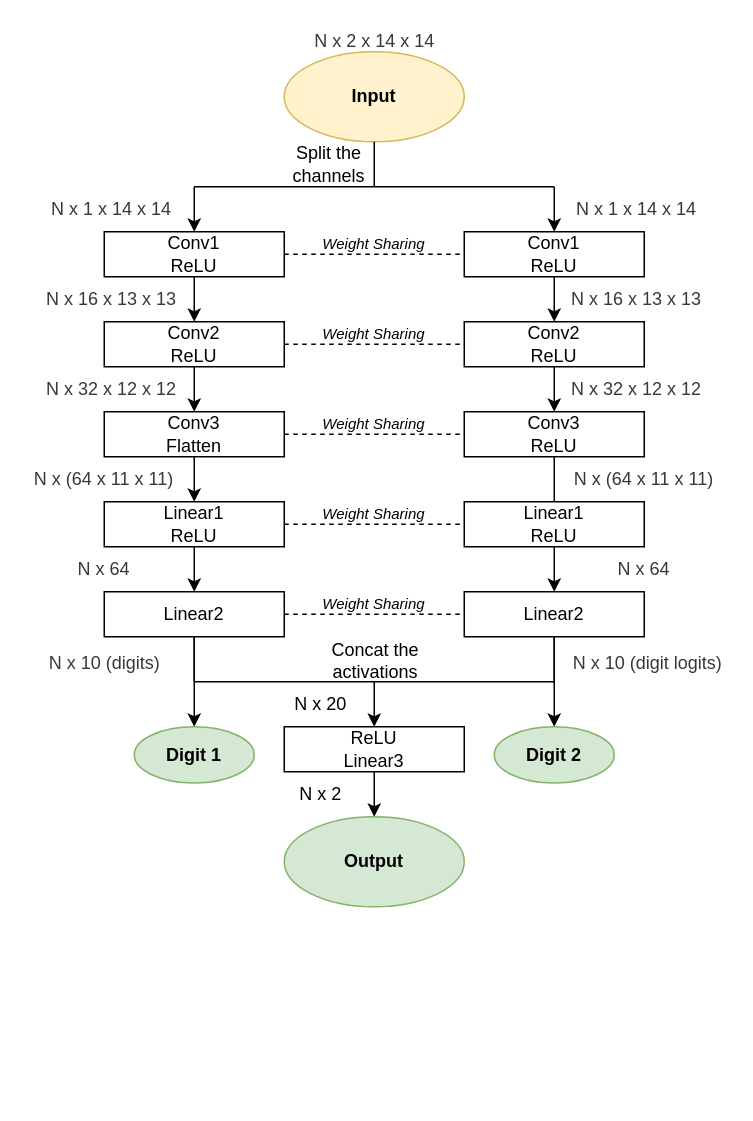
Above: Proj1/Siamese_Network.drawio in jouvemax/DeepLearning (draw.io), before the change. Source tidied: cells renumbered, new cells numbered last; positions are measured from the earlier drawing's top-left corner, leaving out a move shared by most shapes. Both pictures are drawn from the tidied source at 150%, with x=0, y=0 at pixel (26, 26).
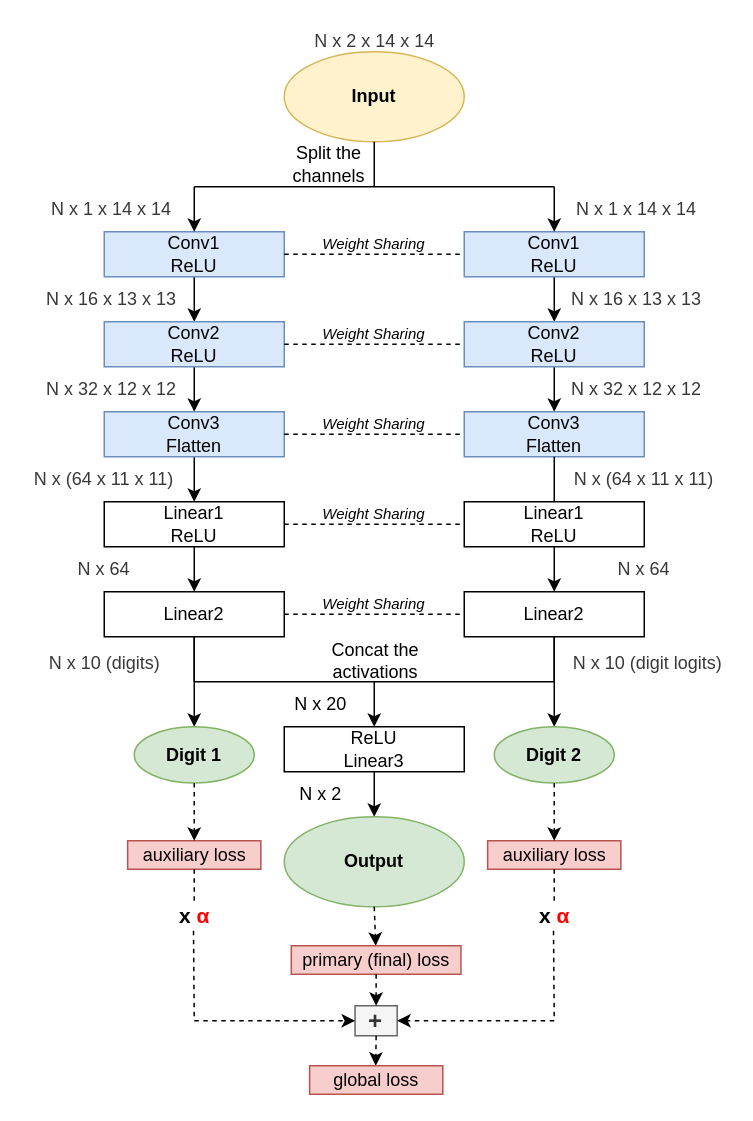
The same diagram, later.

The change refers to these unchanged cells:
```xml
<mxCell id="2" style="group;" parent="1" vertex="1">
  <mxGeometry x="-0.5" y="2" width="467.5" height="585" as="geometry" />
</mxCell>
<mxCell id="50" value="Output" style="ellipse;whiteSpace=wrap;html=1;direction=east;fillColor=#d5e8d4;strokeColor=#82b366;fontStyle=1;" parent="2" vertex="1">
  <mxGeometry x="172.5" y="525" width="120" height="60" as="geometry" />
</mxCell>
<mxCell id="63" value="Digit 1" style="ellipse;whiteSpace=wrap;html=1;direction=east;fillColor=#d5e8d4;strokeColor=#82b366;fontStyle=1;" parent="2" vertex="1">
  <mxGeometry x="72.5" y="465" width="80" height="37.5" as="geometry" />
</mxCell>
<mxCell id="65" value="Digit 2" style="ellipse;whiteSpace=wrap;html=1;direction=east;fillColor=#d5e8d4;strokeColor=#82b366;fontStyle=1;" parent="2" vertex="1">
  <mxGeometry x="312.5" y="465" width="80" height="37.5" as="geometry" />
</mxCell>
```

The edit, as a diff of the source:
```diff
@@
-    <mxCell id="6" value="Conv1&lt;br&gt;ReLU" style="rounded=0;whiteSpace=wrap;html=1;direction=east;" parent="2" vertex="1">
+    <mxCell id="6" value="Conv1&lt;br&gt;ReLU" style="rounded=0;whiteSpace=wrap;html=1;direction=east;fillColor=#dae8fc;strokeColor=#6c8ebf;" parent="2" vertex="1">
       <mxGeometry x="52.5" y="135" width="120" height="30" as="geometry" />
     </mxCell>
@@
-    <mxCell id="13" value="Conv2&lt;br&gt;ReLU" style="rounded=0;whiteSpace=wrap;html=1;direction=east;" parent="2" vertex="1">
+    <mxCell id="13" value="Conv2&lt;br&gt;ReLU" style="rounded=0;whiteSpace=wrap;html=1;direction=east;fillColor=#dae8fc;strokeColor=#6c8ebf;" parent="2" vertex="1">
       <mxGeometry x="52.5" y="195" width="120" height="30" as="geometry" />
     </mxCell>
@@
-    <mxCell id="16" value="Conv3&lt;br&gt;Flatten" style="rounded=0;whiteSpace=wrap;html=1;direction=east;" parent="2" vertex="1">
+    <mxCell id="16" value="Conv3&lt;br&gt;Flatten" style="rounded=0;whiteSpace=wrap;html=1;direction=east;fillColor=#dae8fc;strokeColor=#6c8ebf;" parent="2" vertex="1">
       <mxGeometry x="52.5" y="255" width="120" height="30" as="geometry" />
     </mxCell>
@@
-    <mxCell id="20" value="Conv1&lt;br&gt;ReLU" style="rounded=0;whiteSpace=wrap;html=1;direction=east;" parent="2" vertex="1">
+    <mxCell id="20" value="Conv1&lt;br&gt;ReLU" style="rounded=0;whiteSpace=wrap;html=1;direction=east;fillColor=#dae8fc;strokeColor=#6c8ebf;" parent="2" vertex="1">
       <mxGeometry x="292.5" y="135" width="120" height="30" as="geometry" />
     </mxCell>
@@
-    <mxCell id="25" value="Conv2&lt;br&gt;ReLU" style="rounded=0;whiteSpace=wrap;html=1;direction=east;" parent="2" vertex="1">
+    <mxCell id="25" value="Conv2&lt;br&gt;ReLU" style="rounded=0;whiteSpace=wrap;html=1;direction=east;fillColor=#dae8fc;strokeColor=#6c8ebf;" parent="2" vertex="1">
       <mxGeometry x="292.5" y="195" width="120" height="30" as="geometry" />
     </mxCell>
@@
-    <mxCell id="27" value="Conv3&lt;br&gt;ReLU" style="rounded=0;whiteSpace=wrap;html=1;direction=east;" parent="2" vertex="1">
+    <mxCell id="27" value="Conv3&lt;br&gt;Flatten" style="rounded=0;whiteSpace=wrap;html=1;direction=east;fillColor=#dae8fc;strokeColor=#6c8ebf;" parent="2" vertex="1">
       <mxGeometry x="292.5" y="255" width="120" height="30" as="geometry" />
     </mxCell>
@@
+    <mxCell id="66" value="auxiliary loss" style="rounded=0;whiteSpace=wrap;html=1;direction=east;fillColor=#f8cecc;strokeColor=#b85450;" parent="2" vertex="1">
+      <mxGeometry x="68.1" y="541" width="88.8" height="19" as="geometry" />
+    </mxCell>
+    <mxCell id="67" value="auxiliary loss" style="rounded=0;whiteSpace=wrap;html=1;direction=east;fillColor=#f8cecc;strokeColor=#b85450;" parent="2" vertex="1">
+      <mxGeometry x="308.1" y="541" width="88.8" height="19" as="geometry" />
+    </mxCell>
+    <mxCell id="68" style="endArrow=classic;html=1;exitX=0.5;exitY=1;exitDx=0;exitDy=0;dashed=1;entryX=0.5;entryY=0;entryDx=0;entryDy=0;" parent="2" edge="1" source="65" target="67">
+      <mxGeometry relative="1" as="geometry" />
+    </mxCell>
+    <mxCell id="69" style="endArrow=classic;html=1;exitX=0.5;exitY=1;exitDx=0;exitDy=0;dashed=1;" parent="1" edge="1" source="63">
+      <mxGeometry relative="1" as="geometry">
+        <mxPoint x="112" y="543" as="targetPoint" />
+      </mxGeometry>
+    </mxCell>
+    <mxCell id="70" style="endArrow=classic;html=1;exitX=0.5;exitY=1;exitDx=0;exitDy=0;dashed=1;" parent="1" edge="1" source="50">
+      <mxGeometry relative="1" as="geometry">
+        <mxPoint x="233" y="613" as="targetPoint" />
+      </mxGeometry>
+    </mxCell>
+    <mxCell id="71" value="primary (final) loss" style="rounded=0;whiteSpace=wrap;html=1;direction=east;fillColor=#f8cecc;strokeColor=#b85450;" parent="1" vertex="1">
+      <mxGeometry x="176.7" y="613" width="113.1" height="19" as="geometry" />
+    </mxCell>
+    <mxCell id="72" style="endArrow=none;dashed=1;html=1;exitX=0.5;exitY=1;exitDx=0;exitDy=0;" parent="1" edge="1" source="66">
+      <mxGeometry relative="1" as="geometry">
+        <mxPoint x="112" y="583" as="targetPoint" />
+      </mxGeometry>
+    </mxCell>
+    <mxCell id="73" style="endArrow=none;dashed=1;html=1;exitX=0.5;exitY=1;exitDx=0;exitDy=0;" parent="1" edge="1" source="67">
+      <mxGeometry relative="1" as="geometry">
+        <mxPoint x="352" y="583" as="targetPoint" />
+      </mxGeometry>
+    </mxCell>
+    <mxCell id="74" value="&lt;font style=&quot;font-size: 16px&quot;&gt;&lt;b&gt;+&lt;/b&gt;&lt;/font&gt;" style="rounded=0;whiteSpace=wrap;html=1;fillColor=#f5f5f5;strokeColor=#666666;fontColor=#333333;" parent="1" vertex="1">
+      <mxGeometry x="219.2" y="653" width="28.1" height="20" as="geometry" />
+    </mxCell>
+    <mxCell id="75" value="&lt;b&gt;&lt;span style=&quot;font-family: &amp;#34;arial&amp;#34; , sans-serif ; font-size: 14px ; text-align: left ; background-color: rgb(255 , 255 , 255)&quot;&gt;x&amp;nbsp;&lt;/span&gt;&lt;span style=&quot;font-family: &amp;#34;arial&amp;#34; , sans-serif ; font-size: 14px ; text-align: left ; background-color: rgb(255 , 255 , 255)&quot;&gt;&lt;font color=&quot;#ff0000&quot;&gt;α&lt;/font&gt;&lt;/span&gt;&lt;/b&gt;" style="text;html=1;align=center;verticalAlign=middle;" parent="1" vertex="1">
+      <mxGeometry x="92" y="583" width="40" height="20" as="geometry" />
+    </mxCell>
+    <mxCell id="76" value="&lt;b&gt;&lt;span style=&quot;font-family: &amp;#34;arial&amp;#34; , sans-serif ; font-size: 14px ; text-align: left ; background-color: rgb(255 , 255 , 255)&quot;&gt;x&amp;nbsp;&lt;/span&gt;&lt;span style=&quot;font-family: &amp;#34;arial&amp;#34; , sans-serif ; font-size: 14px ; text-align: left ; background-color: rgb(255 , 255 , 255)&quot;&gt;&lt;font color=&quot;#ff0000&quot;&gt;α&lt;/font&gt;&lt;/span&gt;&lt;/b&gt;" style="text;html=1;align=center;verticalAlign=middle;" parent="1" vertex="1">
+      <mxGeometry x="332" y="583" width="40" height="20" as="geometry" />
+    </mxCell>
+    <mxCell id="77" style="endArrow=none;dashed=1;html=1;" parent="1" edge="1">
+      <mxGeometry relative="1" as="geometry">
+        <mxPoint x="351.5" y="603" as="sourcePoint" />
+        <mxPoint x="352" y="663" as="targetPoint" />
+      </mxGeometry>
+    </mxCell>
+    <mxCell id="78" style="endArrow=classic;html=1;exitX=0.5;exitY=1;exitDx=0;exitDy=0;dashed=1;entryX=0.5;entryY=0;entryDx=0;entryDy=0;" parent="1" edge="1" source="71" target="74">
+      <mxGeometry relative="1" as="geometry" />
+    </mxCell>
+    <mxCell id="79" style="endArrow=classic;html=1;dashed=1;entryX=1;entryY=0.5;entryDx=0;entryDy=0;" parent="1" edge="1" target="74">
+      <mxGeometry relative="1" as="geometry">
+        <mxPoint x="352" y="663" as="sourcePoint" />
+      </mxGeometry>
+    </mxCell>
+    <mxCell id="80" style="endArrow=classic;html=1;dashed=1;entryX=0;entryY=0.5;entryDx=0;entryDy=0;" parent="1" edge="1" target="74">
+      <mxGeometry relative="1" as="geometry">
+        <mxPoint x="112" y="663" as="sourcePoint" />
+      </mxGeometry>
+    </mxCell>
+    <mxCell id="81" style="endArrow=none;dashed=1;html=1;" parent="1" edge="1">
+      <mxGeometry relative="1" as="geometry">
+        <mxPoint x="111.5" y="603" as="sourcePoint" />
+        <mxPoint x="112" y="663" as="targetPoint" />
+      </mxGeometry>
+    </mxCell>
+    <mxCell id="82" style="endArrow=classic;html=1;dashed=1;exitX=0.5;exitY=1;exitDx=0;exitDy=0;" parent="1" edge="1" source="74">
+      <mxGeometry relative="1" as="geometry">
+        <mxPoint x="233" y="693" as="targetPoint" />
+      </mxGeometry>
+    </mxCell>
+    <mxCell id="83" value="global loss" style="rounded=0;whiteSpace=wrap;html=1;direction=east;fillColor=#f8cecc;strokeColor=#b85450;" parent="1" vertex="1">
+      <mxGeometry x="188.9" y="693" width="88.8" height="19" as="geometry" />
+    </mxCell>
```
